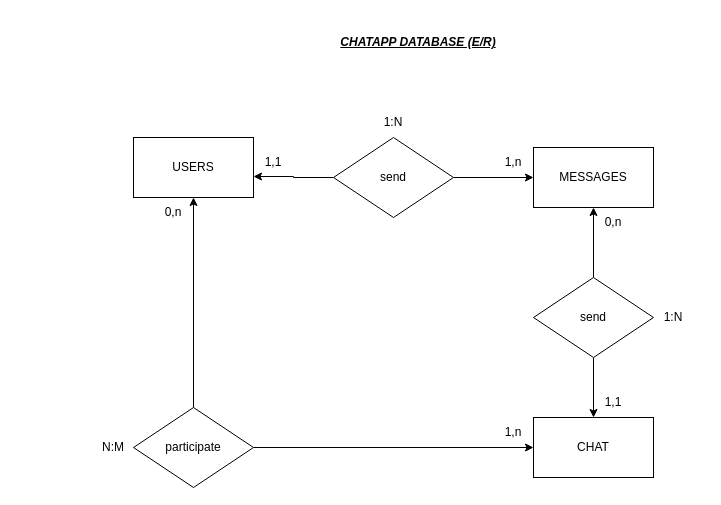
Earlier version of the draw.io diagram project_first_term/sql/chat_appBD.drawio (RodrigoMatatoros/DW-EntornoServidor). Source tidied: cells renumbered, new cells numbered last; positions are measured from the earlier drawing's top-left corner, leaving out a move shared by most shapes. Both pictures are drawn from the tidied source at 100%, with x=0, y=0 at pixel (83, 27).
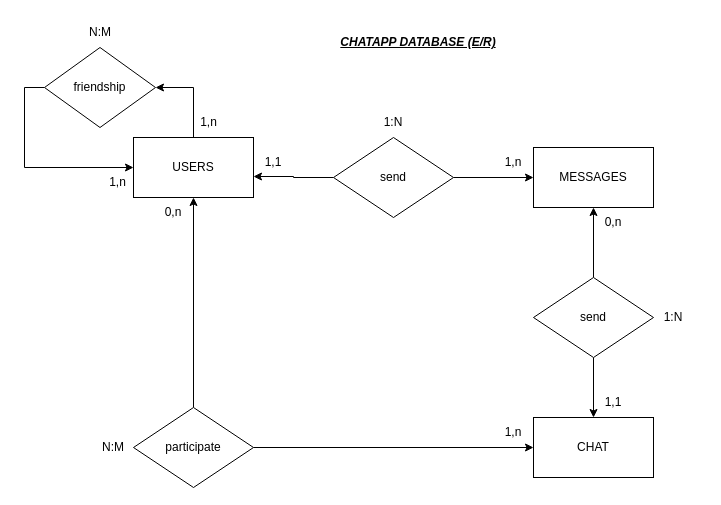
Above is the later version.

Unchanged cells that the change refers to:
```xml
<mxCell id="2" value="USERS" style="rounded=0;whiteSpace=wrap;html=1;" parent="1" vertex="1">
  <mxGeometry x="50" y="110" width="120" height="60" as="geometry" />
</mxCell>
```

Diff of the diagram source:
```diff
@@
+    <mxCell id="24" style="edgeStyle=orthogonalEdgeStyle;rounded=0;jettySize=auto;html=1;exitX=0.5;exitY=0;exitDx=0;exitDy=0;entryX=1;entryY=0.5;entryDx=0;entryDy=0;" parent="1" edge="1" source="2" target="26">
+      <mxGeometry relative="1" as="geometry" />
+    </mxCell>
@@
+    <mxCell id="25" style="edgeStyle=orthogonalEdgeStyle;rounded=0;jettySize=auto;html=1;exitX=0;exitY=0.5;exitDx=0;exitDy=0;entryX=0;entryY=0.5;entryDx=0;entryDy=0;" parent="1" edge="1" source="26" target="2">
+      <mxGeometry relative="1" as="geometry" />
+    </mxCell>
+    <mxCell id="26" value="friendship" style="rhombus;whiteSpace=wrap;html=1;" parent="1" vertex="1">
+      <mxGeometry x="-39" y="20" width="111" height="80" as="geometry" />
+    </mxCell>
+    <mxCell id="27" value="N:M" style="text;html=1;strokeColor=none;fillColor=none;align=center;verticalAlign=middle;whiteSpace=wrap;rounded=0;" parent="1" vertex="1">
+      <mxGeometry x="-13.5" y="-10" width="60" height="30" as="geometry" />
+    </mxCell>
+    <mxCell id="28" value="1,n" style="text;html=1;strokeColor=none;fillColor=none;align=center;verticalAlign=middle;whiteSpace=wrap;rounded=0;" parent="1" vertex="1">
+      <mxGeometry x="110" y="80" width="31" height="30" as="geometry" />
+    </mxCell>
+    <mxCell id="29" value="1,n" style="text;html=1;strokeColor=none;fillColor=none;align=center;verticalAlign=middle;whiteSpace=wrap;rounded=0;" parent="1" vertex="1">
+      <mxGeometry x="19" y="140" width="31" height="30" as="geometry" />
+    </mxCell>
```
